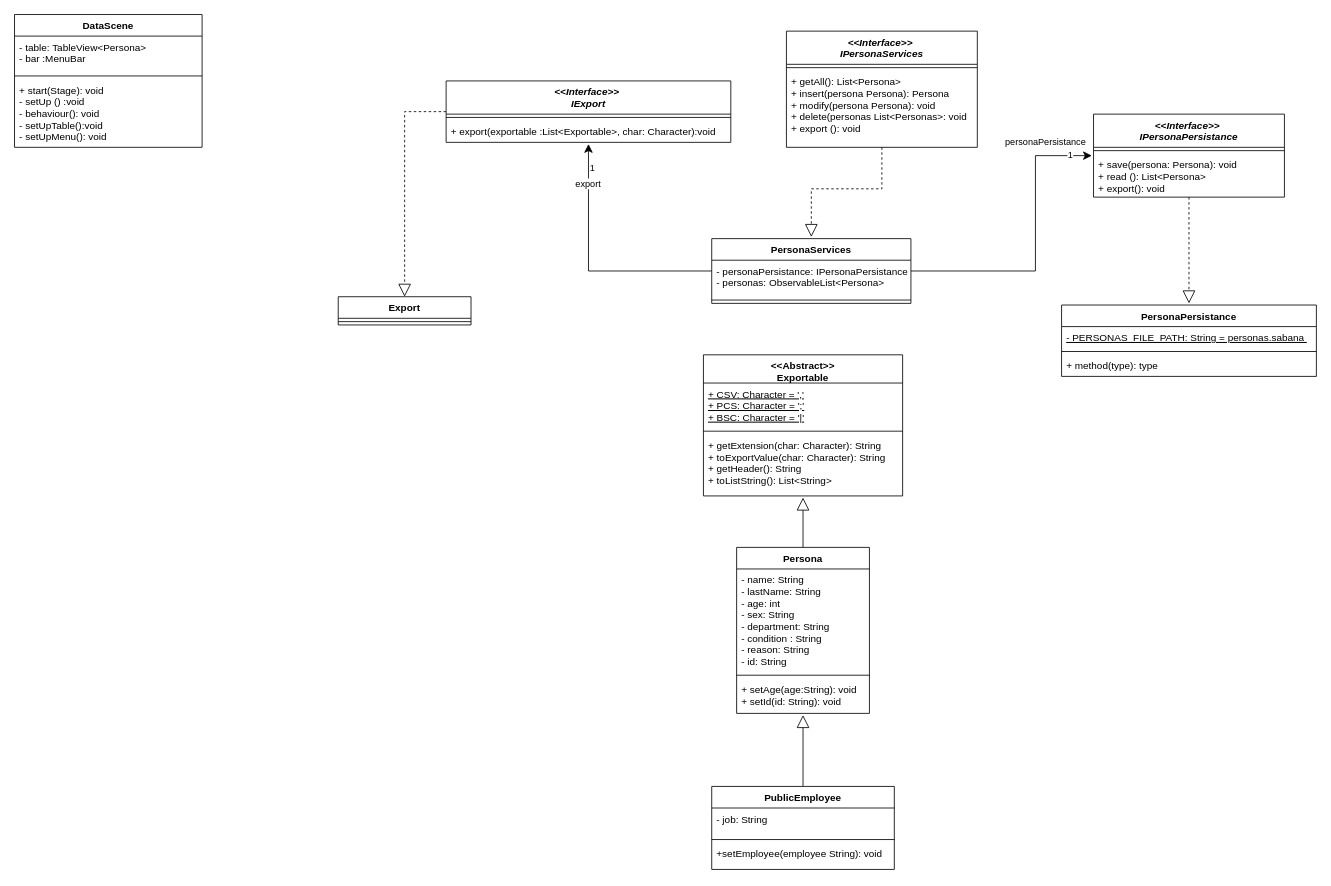
Earlier version of the draw.io diagram Diagrams/Diagrama de clases proyecto.drawio (Cafeleyos/Entrega-parcial---David-Santos---Camilo-Mu-oz). Source tidied: cells renumbered, new cells numbered last; positions are measured from the earlier drawing's top-left corner, leaving out a move shared by most shapes. Both pictures are drawn from the tidied source at 83%, with x=0, y=0 at pixel (14, 14).
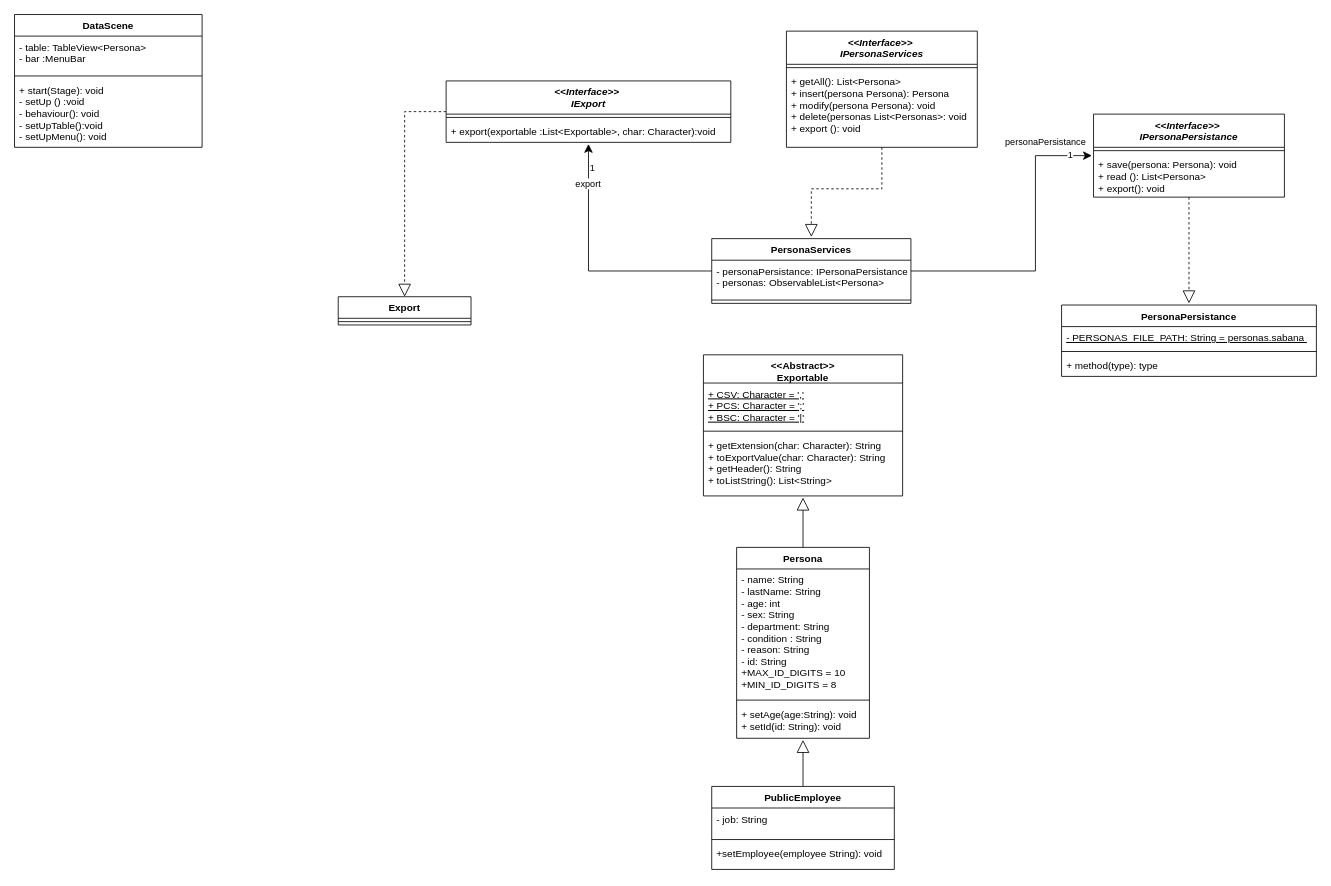
After the change.

What changed in the source:
```diff
@@
     <mxCell id="7" value="Persona" style="swimlane;fontStyle=1;align=center;verticalAlign=top;horizontal=1;startSize=26;" parent="1" vertex="1">
-      <mxGeometry x="870" y="642" width="160" height="200" as="geometry" />
+      <mxGeometry x="870" y="642" width="160" height="230" as="geometry" />
     </mxCell>
-    <mxCell id="8" value="- name: String&#10;- lastName: String&#10;- age: int&#10;- sex: String&#10;- department: String&#10;- condition : String&#10;- reason: String&#10;- id: String&#10;&#10;" style="text;strokeColor=none;fillColor=none;align=left;verticalAlign=top;spacingLeft=4;spacingRight=4;overflow=hidden;" parent="7" vertex="1">
-      <mxGeometry y="26" width="160" height="124" as="geometry" />
+    <mxCell id="8" value="- name: String&#10;- lastName: String&#10;- age: int&#10;- sex: String&#10;- department: String&#10;- condition : String&#10;- reason: String&#10;- id: String&#10;+MAX_ID_DIGITS = 10&#10;+MIN_ID_DIGITS = 8&#10;&#10;" style="text;strokeColor=none;fillColor=none;align=left;verticalAlign=top;spacingLeft=4;spacingRight=4;overflow=hidden;" parent="7" vertex="1">
+      <mxGeometry y="26" width="160" height="154" as="geometry" />
     </mxCell>
     <mxCell id="9" style="line;strokeWidth=1;fillColor=none;align=left;verticalAlign=middle;spacingTop=-1;spacingLeft=3;spacingRight=3;labelPosition=right;" parent="7" vertex="1">
-      <mxGeometry y="150" width="160" height="8" as="geometry" />
+      <mxGeometry y="180" width="160" height="8" as="geometry" />
     </mxCell>
     <mxCell id="10" value="+ setAge(age:String): void&#10;+ setId(id: String): void&#10;" style="text;strokeColor=none;fillColor=none;align=left;verticalAlign=top;spacingLeft=4;spacingRight=4;overflow=hidden;" parent="7" vertex="1">
-      <mxGeometry y="158" width="160" height="42" as="geometry" />
+      <mxGeometry y="188" width="160" height="42" as="geometry" />
     </mxCell>
```
